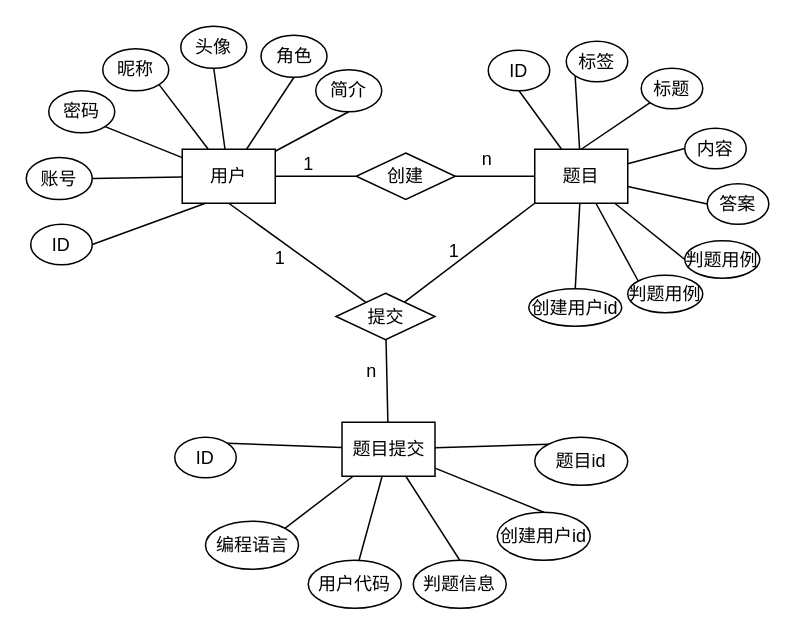
The draw.io diagram drawio/er图.drawio in legend699/Image, before the edit. Source tidied: cells renumbered, new cells numbered last; positions are measured from the earlier drawing's top-left corner, leaving out a move shared by most shapes. Both pictures are drawn from the tidied source at 150%, with x=0, y=0 at pixel (26, 26).
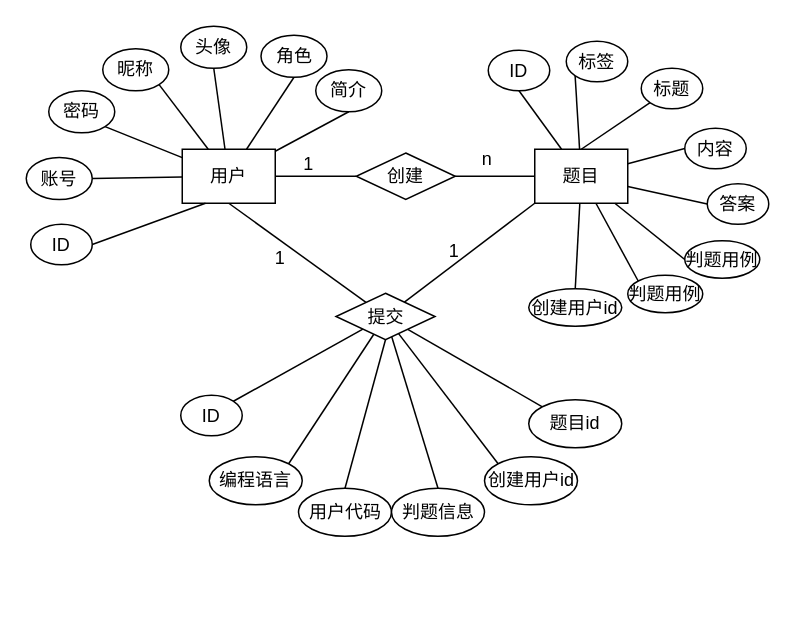
After the change.

Unchanged cells that the change refers to:
```xml
<mxCell id="55" value="提交" style="rhombus;whiteSpace=wrap;html=1;" parent="1" vertex="1">
  <mxGeometry x="206.5" y="178" width="66" height="31" as="geometry" />
</mxCell>
```

The edit, as a diff of the source:
```diff
@@
-    <mxCell id="7" value="题目提交" style="rounded=0;whiteSpace=wrap;html=1;" parent="1" vertex="1">
-      <mxGeometry x="210.5" y="264" width="62" height="36" as="geometry" />
-    </mxCell>
@@
-    <mxCell id="36" style="rounded=0;jettySize=auto;html=1;exitX=1;exitY=0;exitDx=0;exitDy=0;endArrow=none;endFill=0;" parent="1" edge="1" source="37" target="7">
-      <mxGeometry relative="1" as="geometry" />
-    </mxCell>
+    <mxCell id="59" style="rounded=0;jettySize=auto;html=1;exitX=1;exitY=0;exitDx=0;exitDy=0;endArrow=none;endFill=0;" parent="1" edge="1" source="37" target="55">
+      <mxGeometry relative="1" as="geometry" />
+    </mxCell>
     <mxCell id="37" value="ID" style="ellipse;whiteSpace=wrap;html=1;" parent="1" vertex="1">
-      <mxGeometry x="99" y="274" width="41" height="27" as="geometry" />
+      <mxGeometry x="103" y="246" width="41" height="27" as="geometry" />
     </mxCell>
@@
-    <mxCell id="40" style="rounded=0;jettySize=auto;html=1;exitX=1;exitY=0;exitDx=0;exitDy=0;endArrow=none;endFill=0;" parent="1" edge="1" source="41" target="7">
-      <mxGeometry relative="1" as="geometry" />
-    </mxCell>
+    <mxCell id="60" style="edgeStyle=none;rounded=0;jettySize=auto;html=1;exitX=1;exitY=0;exitDx=0;exitDy=0;endArrow=none;endFill=0;" parent="1" edge="1" source="41" target="55">
+      <mxGeometry relative="1" as="geometry" />
+    </mxCell>
     <mxCell id="41" value="编程语言" style="ellipse;whiteSpace=wrap;html=1;" parent="1" vertex="1">
-      <mxGeometry x="119.5" y="330" width="62" height="32" as="geometry" />
+      <mxGeometry x="122" y="287" width="62" height="32" as="geometry" />
     </mxCell>
-    <mxCell id="42" style="rounded=0;jettySize=auto;html=1;exitX=0.484;exitY=0.438;exitDx=0;exitDy=0;endArrow=none;endFill=0;entryX=0.433;entryY=0.992;entryDx=0;entryDy=0;entryPerimeter=0;exitPerimeter=0;" parent="1" edge="1" source="43" target="7">
-      <mxGeometry relative="1" as="geometry" />
-    </mxCell>
+    <mxCell id="61" style="edgeStyle=none;rounded=0;jettySize=auto;html=1;exitX=0.5;exitY=0;exitDx=0;exitDy=0;entryX=0.5;entryY=1;entryDx=0;entryDy=0;endArrow=none;endFill=0;" parent="1" edge="1" source="43" target="55">
+      <mxGeometry relative="1" as="geometry" />
+    </mxCell>
     <mxCell id="43" value="用户代码" style="ellipse;whiteSpace=wrap;html=1;" parent="1" vertex="1">
-      <mxGeometry x="188" y="356" width="62" height="32" as="geometry" />
+      <mxGeometry x="181.5" y="308" width="62" height="32" as="geometry" />
     </mxCell>
-    <mxCell id="44" style="rounded=0;jettySize=auto;html=1;exitX=0.5;exitY=0;exitDx=0;exitDy=0;endArrow=none;endFill=0;" parent="1" edge="1" source="45" target="7">
-      <mxGeometry relative="1" as="geometry" />
-    </mxCell>
+    <mxCell id="62" style="edgeStyle=none;rounded=0;jettySize=auto;html=1;exitX=0.5;exitY=0;exitDx=0;exitDy=0;endArrow=none;endFill=0;" parent="1" edge="1" source="45" target="55">
+      <mxGeometry relative="1" as="geometry" />
+    </mxCell>
     <mxCell id="45" value="判题信息" style="ellipse;whiteSpace=wrap;html=1;" parent="1" vertex="1">
-      <mxGeometry x="258" y="356" width="62" height="32" as="geometry" />
+      <mxGeometry x="243.5" y="308" width="62" height="32" as="geometry" />
     </mxCell>
-    <mxCell id="46" style="rounded=0;jettySize=auto;html=1;exitX=0;exitY=0;exitDx=0;exitDy=0;endArrow=none;endFill=0;" parent="1" edge="1" source="47" target="7">
-      <mxGeometry relative="1" as="geometry" />
-    </mxCell>
+    <mxCell id="63" style="edgeStyle=none;rounded=0;jettySize=auto;html=1;exitX=0;exitY=0;exitDx=0;exitDy=0;endArrow=none;endFill=0;" parent="1" edge="1" source="47" target="55">
+      <mxGeometry relative="1" as="geometry" />
+    </mxCell>
     <mxCell id="47" value="题目id" style="ellipse;whiteSpace=wrap;html=1;" parent="1" vertex="1">
-      <mxGeometry x="339" y="274" width="62" height="32" as="geometry" />
+      <mxGeometry x="335" y="249" width="62" height="32" as="geometry" />
     </mxCell>
-    <mxCell id="48" style="rounded=0;jettySize=auto;html=1;exitX=0.5;exitY=0;exitDx=0;exitDy=0;endArrow=none;endFill=0;" parent="1" edge="1" source="49" target="7">
-      <mxGeometry relative="1" as="geometry" />
-    </mxCell>
+    <mxCell id="64" style="edgeStyle=none;rounded=0;jettySize=auto;html=1;exitX=0;exitY=0;exitDx=0;exitDy=0;endArrow=none;endFill=0;" parent="1" edge="1" source="49" target="55">
+      <mxGeometry relative="1" as="geometry" />
+    </mxCell>
     <mxCell id="49" value="创建用户id" style="ellipse;whiteSpace=wrap;html=1;" parent="1" vertex="1">
-      <mxGeometry x="314" y="324" width="62" height="32" as="geometry" />
+      <mxGeometry x="305.5" y="287" width="62" height="32" as="geometry" />
     </mxCell>
@@
-    <mxCell id="54" style="rounded=0;jettySize=auto;html=1;endArrow=none;endFill=0;" parent="1" edge="1" source="55" target="7">
-      <mxGeometry relative="1" as="geometry" />
-    </mxCell>
@@
-    <mxCell id="58" value="n" style="text;html=1;align=center;verticalAlign=middle;strokeColor=none;fillColor=none;" parent="1" vertex="1">
-      <mxGeometry x="217" y="217" width="25" height="26" as="geometry" />
-    </mxCell>
```
